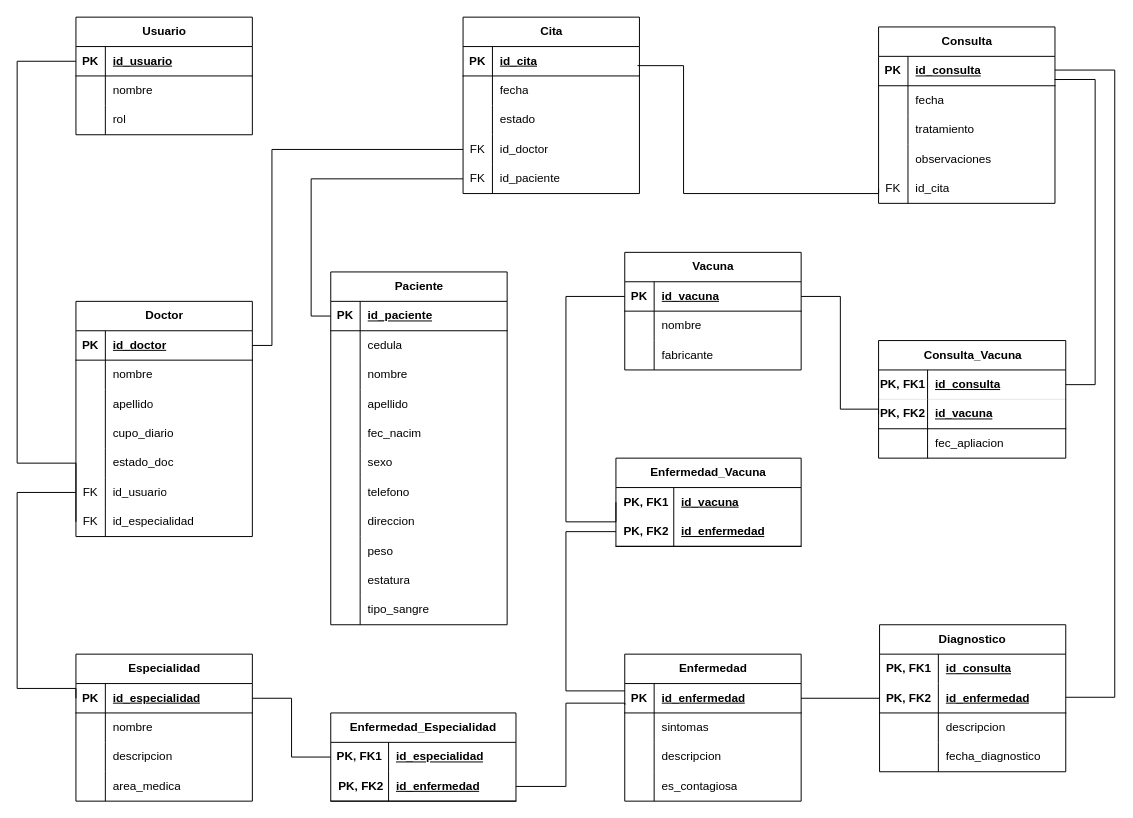
Before: MR_proyecto_final.drawio in lizmarietorres123/ProyectoFinalBD, a draw.io diagram. Source tidied: cells renumbered, new cells numbered last; positions are measured from the earlier drawing's top-left corner, leaving out a move shared by most shapes. Both pictures are drawn from the tidied source at 98%, with x=0, y=0 at pixel (17, 17).
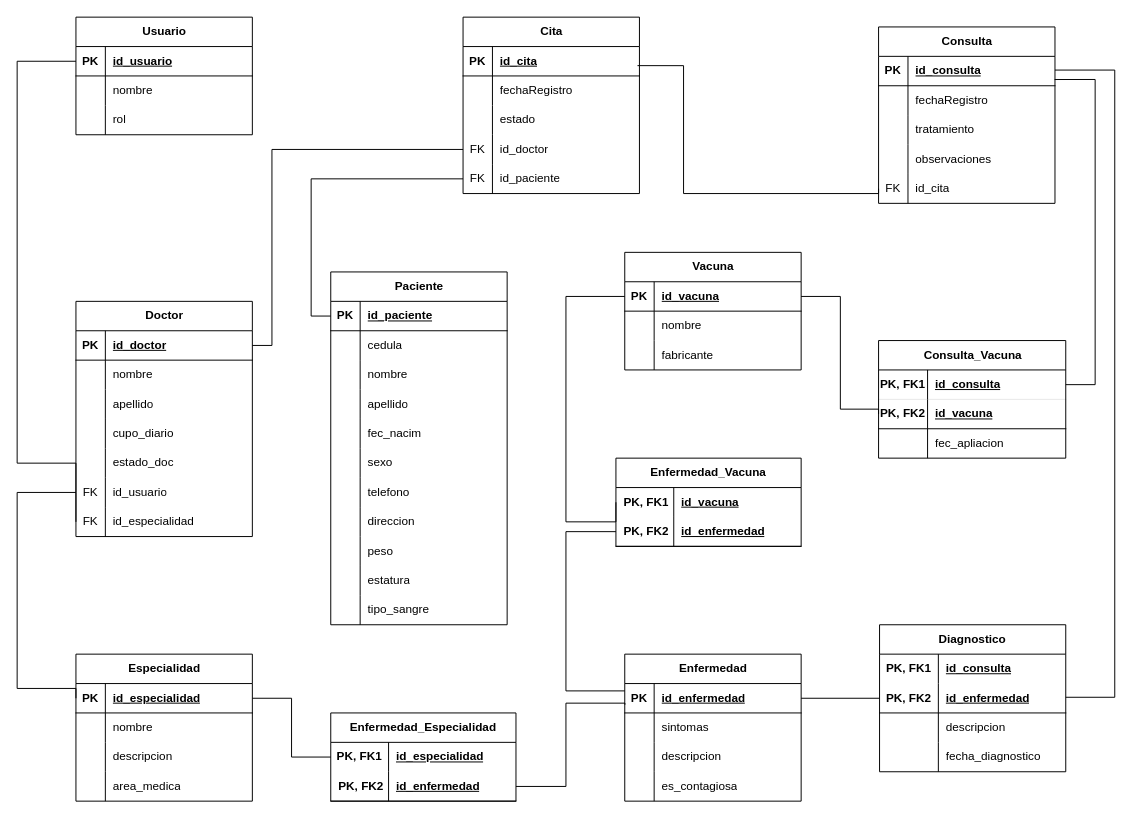
Above is the later version.

The change refers to these unchanged cells:
```xml
<mxCell id="6" style="shape=tableRow;horizontal=0;startSize=0;swimlaneHead=0;swimlaneBody=0;fillColor=none;top=0;left=0;right=0;bottom=0;" parent="2" vertex="1">
  <mxGeometry y="60" width="180" height="30" as="geometry" />
</mxCell>
<mxCell id="69" style="shape=tableRow;horizontal=0;startSize=0;swimlaneHead=0;swimlaneBody=0;fillColor=none;top=0;left=0;right=0;bottom=0;" parent="65" vertex="1">
  <mxGeometry y="60" width="180" height="30" as="geometry" />
</mxCell>
```

Change to the diagram source:
```diff
@@
-    <mxCell id="8" value="fecha" style="shape=partialRectangle;fillColor=none;top=0;left=0;bottom=0;right=0;align=left;spacingLeft=6;overflow=hidden;whiteSpace=wrap;html=1;" parent="6" vertex="1">
+    <mxCell id="8" value="fechaRegistro" style="shape=partialRectangle;fillColor=none;top=0;left=0;bottom=0;right=0;align=left;spacingLeft=6;overflow=hidden;whiteSpace=wrap;html=1;" parent="6" vertex="1">
       <mxGeometry x="30" width="150" height="30" as="geometry" />
     </mxCell>
@@
-    <mxCell id="71" value="fecha" style="shape=partialRectangle;fillColor=none;top=0;left=0;bottom=0;right=0;align=left;spacingLeft=6;overflow=hidden;whiteSpace=wrap;html=1;" parent="69" vertex="1">
+    <mxCell id="71" value="fechaRegistro" style="shape=partialRectangle;fillColor=none;top=0;left=0;bottom=0;right=0;align=left;spacingLeft=6;overflow=hidden;whiteSpace=wrap;html=1;" parent="69" vertex="1">
       <mxGeometry x="30" width="150" height="30" as="geometry" />
     </mxCell>
```
